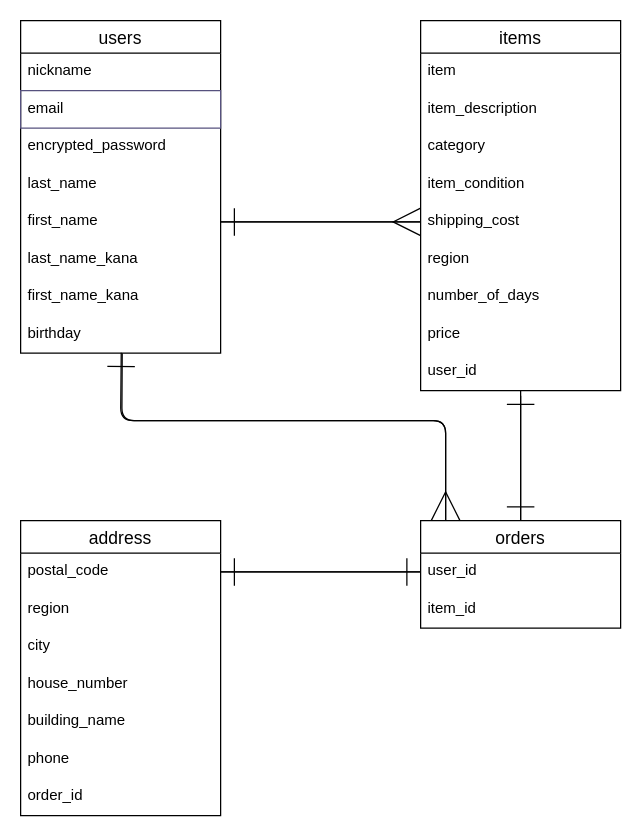
The draw.io diagram ER.dio in hiromiromi/furima-41337, before the edit. Source tidied: cells renumbered, new cells numbered last; positions are measured from the earlier drawing's top-left corner, leaving out a move shared by most shapes. Both pictures are drawn from the tidied source at 125%, with x=0, y=0 at pixel (20, 20).
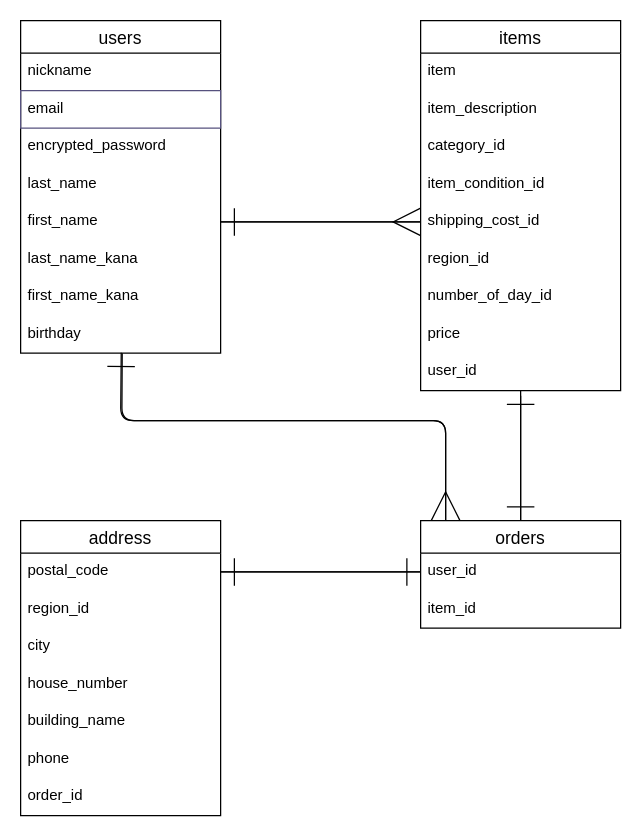
The same diagram, later.

The change refers to these unchanged cells:
```xml
<mxCell id="11" value="items" style="swimlane;fontStyle=0;horizontal=1;startSize=26;align=center;fontSize=14;" parent="1" vertex="1">
  <mxGeometry x="320" width="160" height="296" as="geometry" />
</mxCell>
<mxCell id="28" value="address" style="swimlane;fontStyle=0;horizontal=1;startSize=26;align=center;fontSize=14;" parent="1" vertex="1">
  <mxGeometry y="400" width="160" height="236" as="geometry" />
</mxCell>
```

Diff of the diagram source:
```diff
@@
-    <mxCell id="14" value="category" style="text;strokeColor=none;fillColor=none;spacingLeft=4;spacingRight=4;overflow=hidden;fontSize=12;" parent="11" vertex="1">
+    <mxCell id="14" value="category_id" style="text;strokeColor=none;fillColor=none;spacingLeft=4;spacingRight=4;overflow=hidden;fontSize=12;" parent="11" vertex="1">
       <mxGeometry y="86" width="160" height="30" as="geometry" />
     </mxCell>
-    <mxCell id="15" value="item_condition" style="text;strokeColor=none;fillColor=none;spacingLeft=4;spacingRight=4;overflow=hidden;fontSize=12;" parent="11" vertex="1">
+    <mxCell id="15" value="item_condition_id" style="text;strokeColor=none;fillColor=none;spacingLeft=4;spacingRight=4;overflow=hidden;fontSize=12;" parent="11" vertex="1">
       <mxGeometry y="116" width="160" height="30" as="geometry" />
     </mxCell>
-    <mxCell id="16" value="shipping_cost" style="text;strokeColor=none;fillColor=none;spacingLeft=4;spacingRight=4;overflow=hidden;points=[[0,0.5],[1,0.5]];portConstraint=eastwest;fontSize=12;" parent="11" vertex="1">
+    <mxCell id="16" value="shipping_cost_id" style="text;strokeColor=none;fillColor=none;spacingLeft=4;spacingRight=4;overflow=hidden;points=[[0,0.5],[1,0.5]];portConstraint=eastwest;fontSize=12;" parent="11" vertex="1">
       <mxGeometry y="146" width="160" height="30" as="geometry" />
     </mxCell>
-    <mxCell id="17" value="region" style="text;strokeColor=none;fillColor=none;spacingLeft=4;spacingRight=4;overflow=hidden;fontSize=12;" parent="11" vertex="1">
+    <mxCell id="17" value="region_id" style="text;strokeColor=none;fillColor=none;spacingLeft=4;spacingRight=4;overflow=hidden;fontSize=12;" parent="11" vertex="1">
       <mxGeometry y="176" width="160" height="30" as="geometry" />
     </mxCell>
-    <mxCell id="18" value="number_of_days" style="text;strokeColor=none;fillColor=none;spacingLeft=4;spacingRight=4;overflow=hidden;fontSize=12;" parent="11" vertex="1">
+    <mxCell id="18" value="number_of_day_id" style="text;strokeColor=none;fillColor=none;spacingLeft=4;spacingRight=4;overflow=hidden;fontSize=12;" parent="11" vertex="1">
       <mxGeometry y="206" width="160" height="30" as="geometry" />
     </mxCell>
@@
-    <mxCell id="30" value="region" style="text;strokeColor=none;fillColor=none;spacingLeft=4;spacingRight=4;overflow=hidden;fontSize=12;" parent="28" vertex="1">
+    <mxCell id="30" value="region_id" style="text;strokeColor=none;fillColor=none;spacingLeft=4;spacingRight=4;overflow=hidden;fontSize=12;" parent="28" vertex="1">
       <mxGeometry y="56" width="160" height="30" as="geometry" />
     </mxCell>
```
